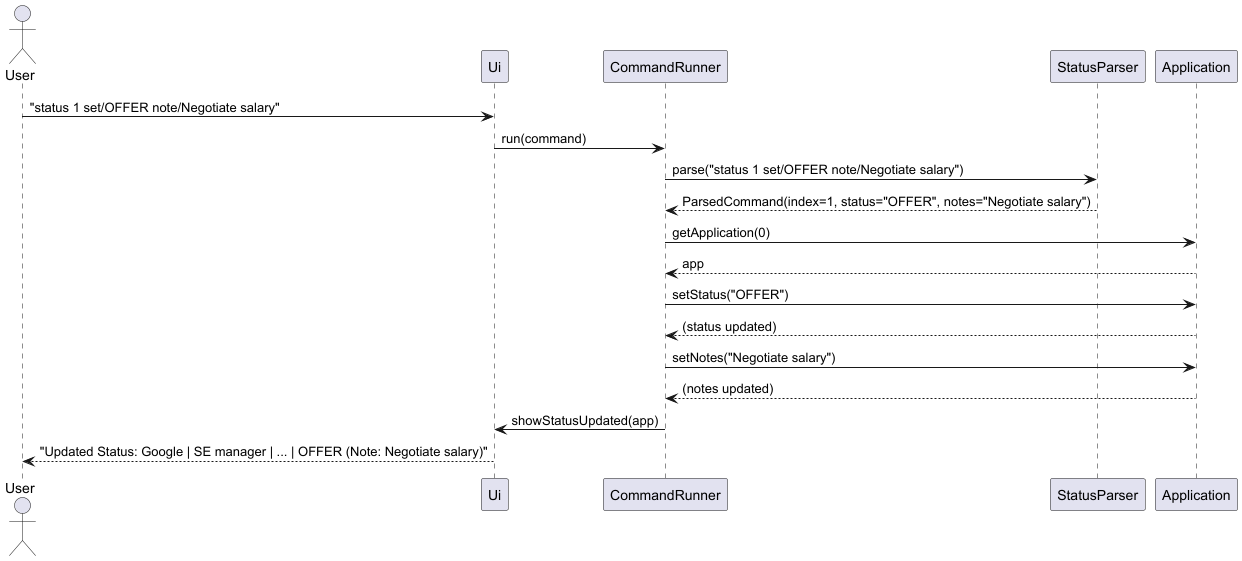
Above: docs/diagrams/status/sequence.png in gzc-ceg/tp (PlantUML), before the change.
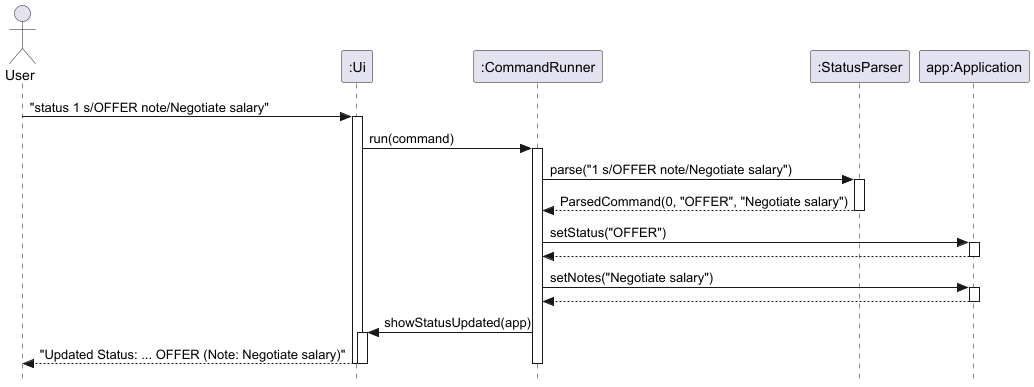
The same file after the commit.

The edit, as a diff of the source:
```diff
@@ -1,20 +1,37 @@
 @startuml
+skinparam Style strictuml
 actor User
-participant Ui
-participant CommandRunner
-participant StatusParser
-participant Application
+participant ":Ui" as Ui
+participant ":CommandRunner" as CommandRunner
+participant ":StatusParser" as StatusParser
+participant "app:Application" as Application
 
-User -> Ui : "status 1 set/OFFER note/Negotiate salary"
+User -> Ui : "status 1 s/OFFER note/Negotiate salary"
+activate Ui
+
 Ui -> CommandRunner : run(command)
-CommandRunner -> StatusParser : parse("status 1 set/OFFER note/Negotiate salary")
-StatusParser --> CommandRunner : ParsedCommand(index=1, status="OFFER", notes="Negotiate salary")
-CommandRunner -> Application : getApplication(0)
-Application --> CommandRunner : app
+activate CommandRunner
+
+CommandRunner -> StatusParser : parse("1 s/OFFER note/Negotiate salary")
+activate StatusParser
+StatusParser --> CommandRunner : ParsedCommand(0, "OFFER", "Negotiate salary")
+deactivate StatusParser
+
 CommandRunner -> Application : setStatus("OFFER")
-Application --> CommandRunner : (status updated)
+activate Application
+Application --> CommandRunner
+deactivate Application
+
 CommandRunner -> Application : setNotes("Negotiate salary")
-Application --> CommandRunner : (notes updated)
+activate Application
+Application --> CommandRunner
+deactivate Application
+
 CommandRunner -> Ui : showStatusUpdated(app)
-Ui --> User : "Updated Status: Google | SE manager | ... | OFFER (Note: Negotiate salary)"
+activate Ui
+Ui --> User : "Updated Status: ... OFFER (Note: Negotiate salary)"
+deactivate Ui
+
+deactivate CommandRunner
+deactivate Ui
 @enduml
```
